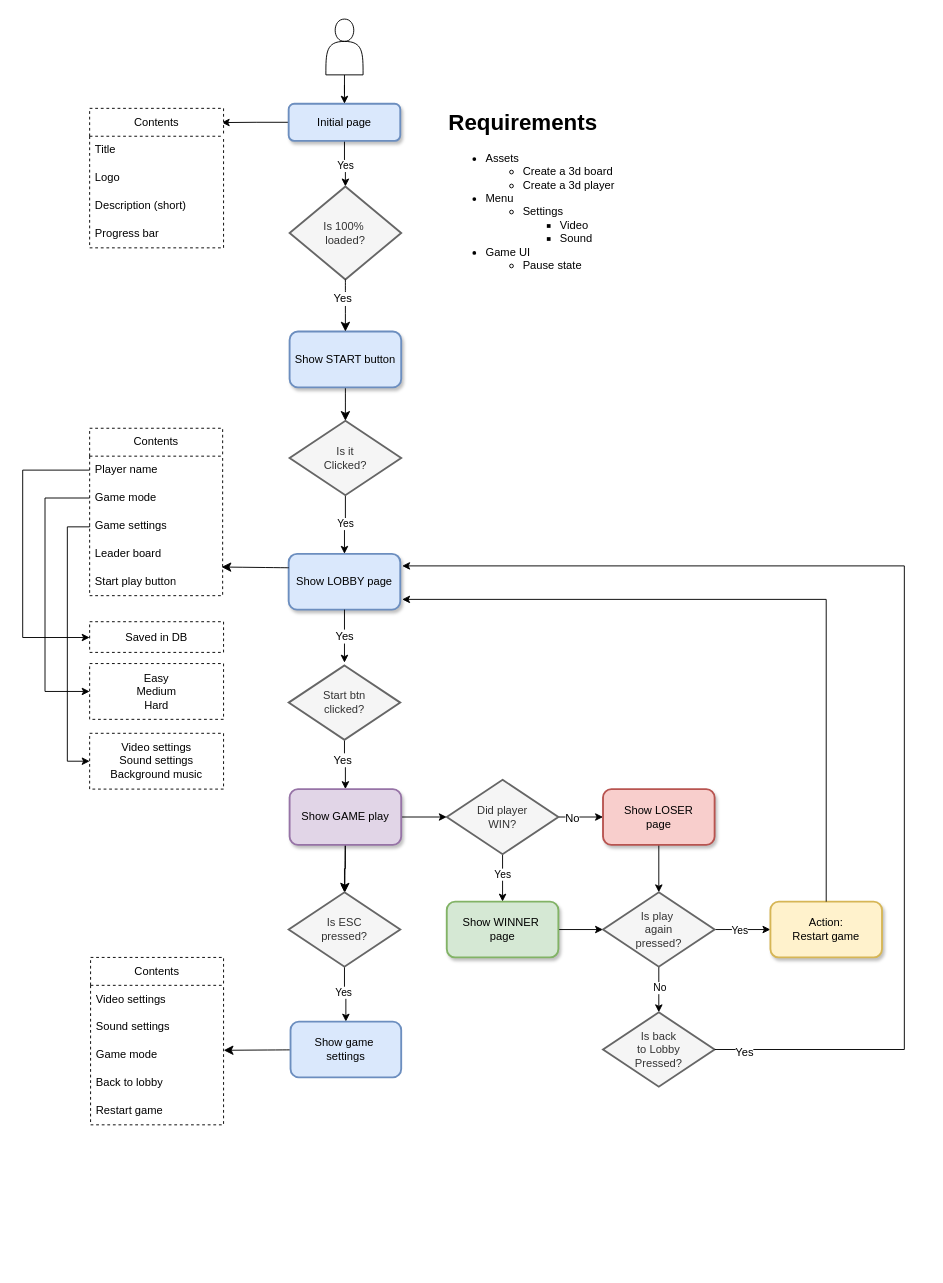
Before: .diagrams/Quoridor3d.drawio in n1md7/GG-Soft-Quoridor, a draw.io diagram. Source tidied: cells renumbered, new cells numbered last; positions are measured from the earlier drawing's top-left corner, leaving out a move shared by most shapes. Both pictures are drawn from the tidied source at 93%, with x=0, y=0 at pixel (22, 19).
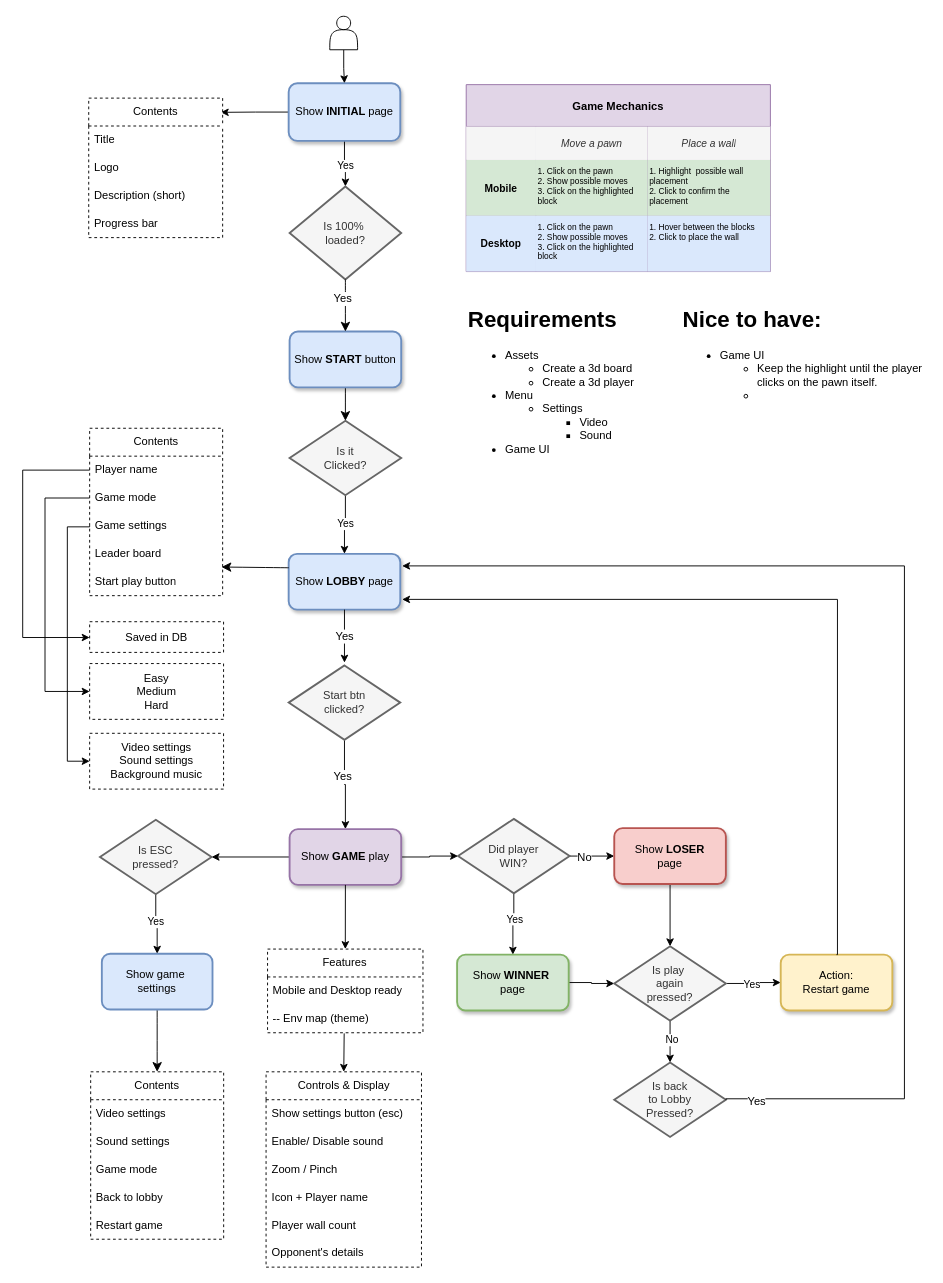
The same diagram, later.

Commit message:
Added initial game mechanics to the diagram

The change refers to these unchanged cells:
```xml
<mxCell id="50" value="Game mode" style="text;strokeColor=none;fillColor=none;align=left;verticalAlign=middle;spacingLeft=4;spacingRight=4;overflow=hidden;points=[[0,0.5],[1,0.5]];portConstraint=eastwest;whiteSpace=wrap;html=1;" parent="47" vertex="1">
  <mxGeometry y="90" width="143" height="30" as="geometry" />
</mxCell>
```

The edit, as a diff of the source:
```diff
@@
-    <mxCell id="2" value="&lt;h1 style=&quot;margin-top: 0px;&quot;&gt;Requirements&lt;/h1&gt;&lt;p&gt;&lt;/p&gt;&lt;ul&gt;&lt;li&gt;Assets&lt;/li&gt;&lt;ul&gt;&lt;li&gt;Create a 3d board&lt;/li&gt;&lt;li&gt;Create a 3d player&lt;/li&gt;&lt;/ul&gt;&lt;li&gt;Menu&lt;/li&gt;&lt;ul&gt;&lt;li&gt;Settings&lt;/li&gt;&lt;ul&gt;&lt;li&gt;Video&lt;/li&gt;&lt;li&gt;Sound&lt;/li&gt;&lt;/ul&gt;&lt;/ul&gt;&lt;li&gt;Game UI&lt;/li&gt;&lt;ul&gt;&lt;li&gt;Pause state&lt;/li&gt;&lt;/ul&gt;&lt;/ul&gt;&lt;p&gt;&lt;/p&gt;" style="text;html=1;whiteSpace=wrap;overflow=hidden;rounded=0;" parent="1" vertex="1">
-      <mxGeometry x="455.9" y="91" width="264" height="218" as="geometry" />
+    <mxCell id="2" value="&lt;h1 style=&quot;margin-top: 0px;&quot;&gt;Requirements&lt;/h1&gt;&lt;p&gt;&lt;/p&gt;&lt;ul&gt;&lt;li&gt;Assets&lt;/li&gt;&lt;ul&gt;&lt;li&gt;Create a 3d board&lt;/li&gt;&lt;li&gt;Create a 3d player&lt;/li&gt;&lt;/ul&gt;&lt;li&gt;Menu&lt;/li&gt;&lt;ul&gt;&lt;li&gt;Settings&lt;/li&gt;&lt;ul&gt;&lt;li&gt;Video&lt;/li&gt;&lt;li&gt;Sound&lt;/li&gt;&lt;/ul&gt;&lt;/ul&gt;&lt;li&gt;Game UI&lt;/li&gt;&lt;/ul&gt;&lt;p&gt;&lt;/p&gt;" style="text;html=1;whiteSpace=wrap;overflow=hidden;rounded=0;" parent="1" vertex="1">
+      <mxGeometry x="476.8" y="303" width="216.1" height="288" as="geometry" />
     </mxCell>
@@
-    <mxCell id="6" value="Initial page" style="rounded=1;whiteSpace=wrap;html=1;fontSize=12;glass=0;strokeWidth=2;shadow=1;fillColor=#dae8fc;strokeColor=#6c8ebf;" parent="1" vertex="1">
-      <mxGeometry x="285.9" y="91" width="120" height="40" as="geometry" />
+    <mxCell id="6" value="Show &lt;b&gt;INITIAL &lt;/b&gt;page" style="rounded=1;whiteSpace=wrap;html=1;fontSize=12;glass=0;strokeWidth=2;shadow=1;fillColor=#dae8fc;strokeColor=#6c8ebf;" parent="1" vertex="1">
+      <mxGeometry x="285.9" y="69" width="120" height="62" as="geometry" />
     </mxCell>
     <mxCell id="7" value="Contents" style="swimlane;fontStyle=0;horizontal=1;startSize=30;whiteSpace=wrap;html=1;dashed=1;" parent="1" vertex="1">
-      <mxGeometry x="71.9" y="96" width="144" height="150" as="geometry" />
+      <mxGeometry x="70.9" y="85" width="144" height="150" as="geometry" />
     </mxCell>
@@
-    <mxCell id="14" value="Show START button" style="whiteSpace=wrap;html=1;strokeWidth=2;rounded=1;shadow=1;fillColor=#dae8fc;strokeColor=#6c8ebf;" parent="1" vertex="1">
+    <mxCell id="14" value="Show &lt;b&gt;START &lt;/b&gt;button" style="whiteSpace=wrap;html=1;strokeWidth=2;rounded=1;shadow=1;fillColor=#dae8fc;strokeColor=#6c8ebf;" parent="1" vertex="1">
       <mxGeometry x="286.9" y="336" width="120" height="60" as="geometry" />
     </mxCell>
@@
     <mxCell id="19" style="shape=actor;whiteSpace=wrap;html=1;" parent="1" vertex="1">
-      <mxGeometry x="325.9" width="40" height="60" as="geometry" />
+      <mxGeometry x="330.1" y="-3" width="29.9" height="36" as="geometry" />
     </mxCell>
-    <mxCell id="20" value="Show LOBBY page" style="whiteSpace=wrap;html=1;strokeWidth=2;rounded=1;shadow=1;fillColor=#dae8fc;strokeColor=#6c8ebf;" parent="1" vertex="1">
+    <mxCell id="20" value="Show &lt;b&gt;LOBBY &lt;/b&gt;page" style="whiteSpace=wrap;html=1;strokeWidth=2;rounded=1;shadow=1;fillColor=#dae8fc;strokeColor=#6c8ebf;" parent="1" vertex="1">
       <mxGeometry x="285.9" y="575" width="120" height="60" as="geometry" />
     </mxCell>
@@
-    <mxCell id="40" style="edgeStyle=none;curved=1;rounded=0;jettySize=auto;html=1;fontSize=12;startSize=8;endSize=8;" parent="1" edge="1" source="41" target="44">
-      <mxGeometry relative="1" as="geometry" />
-    </mxCell>
-    <mxCell id="41" value="Show GAME play" style="whiteSpace=wrap;html=1;strokeWidth=2;rounded=1;shadow=1;fillColor=#e1d5e7;strokeColor=#9673a6;" parent="1" vertex="1">
-      <mxGeometry x="286.9" y="828" width="120" height="60" as="geometry" />
+    <mxCell id="41" value="Show &lt;b&gt;GAME &lt;/b&gt;play" style="whiteSpace=wrap;html=1;strokeWidth=2;rounded=1;shadow=1;fillColor=#e1d5e7;strokeColor=#9673a6;" parent="1" vertex="1">
+      <mxGeometry x="286.9" y="871" width="120" height="60" as="geometry" />
     </mxCell>
@@
     <mxCell id="44" value="Is ESC&lt;div&gt;pressed?&lt;/div&gt;" style="rhombus;whiteSpace=wrap;html=1;strokeWidth=2;fillColor=#f5f5f5;fontColor=#333333;strokeColor=#666666;" parent="1" vertex="1">
-      <mxGeometry x="285.9" y="939" width="120" height="80" as="geometry" />
+      <mxGeometry x="83" y="861" width="120" height="80" as="geometry" />
     </mxCell>
-    <mxCell id="45" style="edgeStyle=none;curved=1;rounded=0;jettySize=auto;html=1;fontSize=12;startSize=8;endSize=8;entryX=1.001;entryY=0.328;entryDx=0;entryDy=0;entryPerimeter=0;" parent="1" edge="1" source="46" target="50">
+    <mxCell id="45" style="edgeStyle=none;curved=1;rounded=0;jettySize=auto;html=1;fontSize=12;startSize=8;endSize=8;entryX=0.5;entryY=0;entryDx=0;entryDy=0;" parent="1" edge="1" source="46" target="47">
       <mxGeometry relative="1" as="geometry" />
     </mxCell>
     <mxCell id="46" value="Show game&amp;nbsp;&lt;div&gt;settings&lt;/div&gt;" style="whiteSpace=wrap;html=1;rounded=1;fillColor=#dae8fc;strokeColor=#6c8ebf;strokeWidth=2;" parent="1" vertex="1">
-      <mxGeometry x="287.9" y="1078" width="119" height="60" as="geometry" />
+      <mxGeometry x="85" y="1005" width="119" height="60" as="geometry" />
     </mxCell>
     <mxCell id="47" value="Contents" style="swimlane;fontStyle=0;horizontal=1;startSize=30;whiteSpace=wrap;html=1;dashed=1;" parent="1" vertex="1">
-      <mxGeometry x="72.9" y="1009" width="143" height="180" as="geometry" />
+      <mxGeometry x="73" y="1132" width="143" height="180" as="geometry" />
     </mxCell>
@@
     <mxCell id="57" value="Did player&lt;div&gt;WIN?&lt;/div&gt;" style="rhombus;whiteSpace=wrap;html=1;strokeWidth=2;fillColor=#f5f5f5;fontColor=#333333;strokeColor=#666666;" parent="1" vertex="1">
-      <mxGeometry x="455.9" y="818" width="120" height="80" as="geometry" />
+      <mxGeometry x="468" y="860" width="120" height="80" as="geometry" />
     </mxCell>
@@
-    <mxCell id="59" value="Show WINNER&amp;nbsp;&lt;div&gt;page&lt;/div&gt;" style="whiteSpace=wrap;html=1;strokeWidth=2;rounded=1;shadow=1;fillColor=#d5e8d4;strokeColor=#82b366;" parent="1" vertex="1">
-      <mxGeometry x="455.9" y="949" width="120" height="60" as="geometry" />
+    <mxCell id="59" value="Show &lt;b&gt;WINNER&amp;nbsp;&lt;/b&gt;&lt;div&gt;page&lt;/div&gt;" style="whiteSpace=wrap;html=1;strokeWidth=2;rounded=1;shadow=1;fillColor=#d5e8d4;strokeColor=#82b366;" parent="1" vertex="1">
+      <mxGeometry x="467" y="1006" width="120" height="60" as="geometry" />
     </mxCell>
@@
-    <mxCell id="61" value="Show LOSER&lt;div&gt;page&lt;/div&gt;" style="whiteSpace=wrap;html=1;strokeWidth=2;rounded=1;shadow=1;fillColor=#f8cecc;strokeColor=#b85450;" parent="1" vertex="1">
-      <mxGeometry x="623.9" y="828" width="120" height="60" as="geometry" />
+    <mxCell id="61" value="Show &lt;b&gt;LOSER&lt;/b&gt;&lt;div&gt;page&lt;/div&gt;" style="whiteSpace=wrap;html=1;strokeWidth=2;rounded=1;shadow=1;fillColor=#f8cecc;strokeColor=#b85450;" parent="1" vertex="1">
+      <mxGeometry x="636" y="870" width="120" height="60" as="geometry" />
     </mxCell>
@@
     <mxCell id="66" value="Is play&amp;nbsp;&lt;div&gt;again&lt;div&gt;pressed?&lt;/div&gt;&lt;/div&gt;" style="rhombus;whiteSpace=wrap;html=1;strokeWidth=2;fillColor=#f5f5f5;fontColor=#333333;strokeColor=#666666;" parent="1" vertex="1">
-      <mxGeometry x="623.9" y="939" width="120" height="80" as="geometry" />
+      <mxGeometry x="636" y="997" width="120" height="80" as="geometry" />
     </mxCell>
     <mxCell id="67" value="Action:&lt;br&gt;R&lt;span style=&quot;background-color: initial;&quot;&gt;estart game&lt;/span&gt;" style="whiteSpace=wrap;html=1;strokeWidth=2;rounded=1;shadow=1;fillColor=#fff2cc;strokeColor=#d6b656;" parent="1" vertex="1">
-      <mxGeometry x="803.9" y="949" width="120" height="60" as="geometry" />
+      <mxGeometry x="815" y="1006" width="120" height="60" as="geometry" />
     </mxCell>
     <mxCell id="68" value="Is back&lt;div&gt;to Lobby&lt;/div&gt;&lt;div&gt;Pressed?&lt;/div&gt;" style="rhombus;whiteSpace=wrap;html=1;strokeWidth=2;fillColor=#f5f5f5;fontColor=#333333;strokeColor=#666666;" parent="1" vertex="1">
-      <mxGeometry x="623.9" y="1068" width="120" height="80" as="geometry" />
+      <mxGeometry x="636" y="1122" width="120" height="80" as="geometry" />
     </mxCell>
@@
     <mxCell id="72" style="edgeStyle=orthogonalEdgeStyle;rounded=0;jettySize=auto;html=1;exitX=0.5;exitY=0;exitDx=0;exitDy=0;" parent="1" edge="1" source="67">
       <mxGeometry relative="1" as="geometry">
         <mxPoint x="407.9" y="624" as="targetPoint" />
         <Array as="points">
-          <mxPoint x="863.9" y="624" />
+          <mxPoint x="876" y="624" />
         </Array>
       </mxGeometry>
     </mxCell>
     <mxCell id="73" style="edgeStyle=orthogonalEdgeStyle;rounded=0;jettySize=auto;html=1;exitX=1;exitY=0.5;exitDx=0;exitDy=0;" parent="1" edge="1" source="68">
       <mxGeometry relative="1" as="geometry">
         <mxPoint x="407.9" y="588" as="targetPoint" />
         <Array as="points">
-          <mxPoint x="947.9" y="1108" />
-          <mxPoint x="947.9" y="588" />
+          <mxPoint x="948" y="1161" />
+          <mxPoint x="948" y="588" />
         </Array>
       </mxGeometry>
     </mxCell>
@@
+    <mxCell id="75" style="endArrow=classic;html=1;rounded=0;exitX=0.5;exitY=1;exitDx=0;exitDy=0;" parent="1" edge="1" source="41" target="76">
+      <mxGeometry relative="1" as="geometry" />
+    </mxCell>
+    <mxCell id="76" value="Features" style="swimlane;fontStyle=0;horizontal=1;startSize=30;whiteSpace=wrap;html=1;dashed=1;" parent="1" vertex="1">
+      <mxGeometry x="263.2" y="1000" width="167.1" height="90" as="geometry" />
+    </mxCell>
+    <mxCell id="77" value="Mobile and Desktop ready" style="text;strokeColor=none;fillColor=none;align=left;verticalAlign=middle;spacingLeft=4;spacingRight=4;overflow=hidden;whiteSpace=wrap;html=1;" parent="76" vertex="1">
+      <mxGeometry y="30" width="167.1" height="30" as="geometry" />
+    </mxCell>
+    <mxCell id="78" value="-- Env map (theme)" style="text;strokeColor=none;fillColor=none;align=left;verticalAlign=middle;spacingLeft=4;spacingRight=4;overflow=hidden;points=[[0,0.5],[1,0.5]];portConstraint=eastwest;whiteSpace=wrap;html=1;" parent="76" vertex="1">
+      <mxGeometry y="60" width="167.1" height="30" as="geometry" />
+    </mxCell>
+    <mxCell id="79" value="Controls &amp;amp; Display" style="swimlane;fontStyle=0;horizontal=1;startSize=30;whiteSpace=wrap;html=1;dashed=1;" parent="1" vertex="1">
+      <mxGeometry x="261.6" y="1132" width="167.1" height="210" as="geometry" />
+    </mxCell>
+    <mxCell id="80" value="Show settings button (esc)" style="text;strokeColor=none;fillColor=none;align=left;verticalAlign=middle;spacingLeft=4;spacingRight=4;overflow=hidden;whiteSpace=wrap;html=1;" parent="79" vertex="1">
+      <mxGeometry y="30" width="167.1" height="30" as="geometry" />
+    </mxCell>
+    <mxCell id="81" value="Enable/ Disable sound" style="text;strokeColor=none;fillColor=none;align=left;verticalAlign=middle;spacingLeft=4;spacingRight=4;overflow=hidden;whiteSpace=wrap;html=1;" parent="79" vertex="1">
+      <mxGeometry y="60" width="167.1" height="30" as="geometry" />
+    </mxCell>
+    <mxCell id="82" value="Zoom / Pinch&amp;nbsp;" style="text;strokeColor=none;fillColor=none;align=left;verticalAlign=middle;spacingLeft=4;spacingRight=4;overflow=hidden;whiteSpace=wrap;html=1;" parent="79" vertex="1">
+      <mxGeometry y="90" width="167.1" height="30" as="geometry" />
+    </mxCell>
+    <mxCell id="83" value="Icon + Player name" style="text;strokeColor=none;fillColor=none;align=left;verticalAlign=middle;spacingLeft=4;spacingRight=4;overflow=hidden;whiteSpace=wrap;html=1;" parent="79" vertex="1">
+      <mxGeometry y="120" width="167.1" height="30" as="geometry" />
+    </mxCell>
+    <mxCell id="84" value="Player wall count" style="text;strokeColor=none;fillColor=none;align=left;verticalAlign=middle;spacingLeft=4;spacingRight=4;overflow=hidden;whiteSpace=wrap;html=1;" parent="79" vertex="1">
+      <mxGeometry y="150" width="167.1" height="30" as="geometry" />
+    </mxCell>
+    <mxCell id="85" value="Opponent's details" style="text;strokeColor=none;fillColor=none;align=left;verticalAlign=middle;spacingLeft=4;spacingRight=4;overflow=hidden;whiteSpace=wrap;html=1;" parent="79" vertex="1">
+      <mxGeometry y="180" width="167.1" height="30" as="geometry" />
+    </mxCell>
+    <mxCell id="86" style="endArrow=classic;html=1;rounded=0;exitX=0.493;exitY=1.022;exitDx=0;exitDy=0;exitPerimeter=0;entryX=0.5;entryY=0;entryDx=0;entryDy=0;" parent="1" edge="1" source="78" target="79">
+      <mxGeometry relative="1" as="geometry" />
+    </mxCell>
+    <mxCell id="87" value="Game Mechanics" style="shape=table;startSize=45;childLayout=tableLayout;strokeColor=#9673a6;fontSize=12;fontStyle=1;fillColor=#e1d5e7;" parent="1" vertex="1">
+      <mxGeometry x="476.8" y="70.5" width="327.1" height="201" as="geometry" />
+    </mxCell>
+    <mxCell id="88" style="shape=tableRow;horizontal=0;startSize=0;swimlaneHead=0;swimlaneBody=0;strokeColor=inherit;top=0;left=0;bottom=0;right=0;fillColor=none;fontSize=16;" parent="87" vertex="1">
+      <mxGeometry y="45" width="327.1" height="36" as="geometry" />
+    </mxCell>
+    <mxCell id="89" style="shape=partialRectangle;html=1;whiteSpace=wrap;strokeColor=#666666;overflow=hidden;fillColor=#f5f5f5;top=0;left=0;bottom=0;right=0;fontSize=12;fontColor=#333333;" parent="88" vertex="1">
+      <mxGeometry width="75" height="36" as="geometry" />
+    </mxCell>
+    <mxCell id="90" value="Move a pawn" style="shape=partialRectangle;html=1;whiteSpace=wrap;strokeColor=#666666;overflow=hidden;fillColor=#f5f5f5;top=0;left=0;bottom=0;right=0;fontSize=11;fontStyle=2;fontColor=#333333;" parent="88" vertex="1">
+      <mxGeometry x="75" width="120" height="36" as="geometry" />
+    </mxCell>
+    <mxCell id="91" value="Place a wall" style="shape=partialRectangle;html=1;whiteSpace=wrap;strokeColor=#666666;overflow=hidden;fillColor=#f5f5f5;top=0;left=0;bottom=0;right=0;fontSize=11;fontStyle=2;fontColor=#333333;" parent="88" vertex="1">
+      <mxGeometry x="195" width="132" height="36" as="geometry" />
+    </mxCell>
+    <mxCell id="92" style="shape=tableRow;horizontal=0;startSize=0;swimlaneHead=0;swimlaneBody=0;strokeColor=inherit;top=0;left=0;bottom=0;right=0;fillColor=none;fontSize=16;" parent="87" vertex="1">
+      <mxGeometry y="81" width="327.1" height="60" as="geometry" />
+    </mxCell>
+    <mxCell id="93" value="Mobile" style="shape=partialRectangle;html=1;whiteSpace=wrap;strokeColor=#82b366;overflow=hidden;fillColor=#d5e8d4;top=0;left=0;bottom=0;right=0;fontSize=11;fontStyle=1;" parent="92" vertex="1">
+      <mxGeometry width="75" height="60" as="geometry" />
+    </mxCell>
+    <mxCell id="94" value="1. Click on the pawn&lt;br&gt;2. Show possible moves&lt;br&gt;3. Click on the highlighted block" style="shape=partialRectangle;strokeColor=#82b366;overflow=hidden;fillColor=#d5e8d4;top=0;left=0;bottom=0;right=0;fontSize=9;align=left;horizontal=1;verticalAlign=top;spacingRight=11;labelBackgroundColor=none;textShadow=0;html=1;whiteSpace=wrap;" parent="92" vertex="1">
+      <mxGeometry x="75" width="120" height="60" as="geometry" />
+    </mxCell>
+    <mxCell id="95" value="&lt;span style=&quot;font-size: 9px;&quot;&gt;1. Highlight&amp;nbsp; possible wall placement&amp;nbsp;&lt;/span&gt;&lt;div style=&quot;font-size: 9px;&quot;&gt;&lt;span style=&quot;font-size: 9px; background-color: initial;&quot;&gt;2. Click to confirm the placement&amp;nbsp;&amp;nbsp;&lt;/span&gt;&lt;/div&gt;" style="shape=partialRectangle;html=1;whiteSpace=wrap;strokeColor=#82b366;overflow=hidden;fillColor=#d5e8d4;top=0;left=0;bottom=0;right=0;fontSize=9;align=left;horizontal=1;verticalAlign=top;spacingRight=6;" parent="92" vertex="1">
+      <mxGeometry x="195" width="132" height="60" as="geometry" />
+    </mxCell>
+    <mxCell id="96" style="shape=tableRow;horizontal=0;startSize=0;swimlaneHead=0;swimlaneBody=0;strokeColor=inherit;top=0;left=0;bottom=0;right=0;fillColor=none;fontSize=16;" parent="87" vertex="1">
+      <mxGeometry y="141" width="327.1" height="60" as="geometry" />
+    </mxCell>
+    <mxCell id="97" value="Desktop" style="shape=partialRectangle;html=1;whiteSpace=wrap;strokeColor=#6c8ebf;overflow=hidden;fillColor=#dae8fc;top=0;left=0;bottom=0;right=0;fontSize=11;fontStyle=1;" parent="96" vertex="1">
+      <mxGeometry width="75" height="60" as="geometry" />
+    </mxCell>
+    <mxCell id="98" value="1. Click on the pawn&#10;2. Show possible moves&#10;3. Click on the highlighted block" style="shape=partialRectangle;strokeColor=#6c8ebf;overflow=hidden;fillColor=#dae8fc;top=0;left=0;bottom=0;right=0;fontSize=9;align=left;horizontal=1;verticalAlign=top;whiteSpace=wrap;spacingRight=6;" parent="96" vertex="1">
+      <mxGeometry x="75" width="120" height="60" as="geometry" />
+    </mxCell>
+    <mxCell id="99" value="&lt;span style=&quot;font-size: 9px;&quot;&gt;1. Hover between the blocks&lt;/span&gt;&lt;div style=&quot;font-size: 9px;&quot;&gt;&lt;span style=&quot;font-size: 9px;&quot;&gt;2. Click to place the wall&amp;nbsp;&lt;/span&gt;&lt;/div&gt;" style="shape=partialRectangle;html=1;whiteSpace=wrap;strokeColor=#6c8ebf;overflow=hidden;fillColor=#dae8fc;top=0;left=0;bottom=0;right=0;fontSize=9;align=left;horizontal=1;verticalAlign=top;spacingRight=6;" parent="96" vertex="1">
+      <mxGeometry x="195" width="132" height="60" as="geometry" />
+    </mxCell>
+    <mxCell id="100" value="&lt;h1 style=&quot;margin-top: 0px;&quot;&gt;Nice to have:&lt;/h1&gt;&lt;p&gt;&lt;/p&gt;&lt;ul&gt;&lt;li&gt;&lt;span style=&quot;background-color: initial;&quot;&gt;Game UI&lt;/span&gt;&lt;br&gt;&lt;/li&gt;&lt;ul&gt;&lt;li&gt;Keep the highlight until the player clicks on the pawn itself.&lt;/li&gt;&lt;li&gt;&lt;br&gt;&lt;/li&gt;&lt;/ul&gt;&lt;/ul&gt;&lt;p&gt;&lt;/p&gt;" style="text;html=1;whiteSpace=wrap;overflow=hidden;rounded=0;" parent="1" vertex="1">
+      <mxGeometry x="708" y="303" width="264" height="288" as="geometry" />
+    </mxCell>
```
